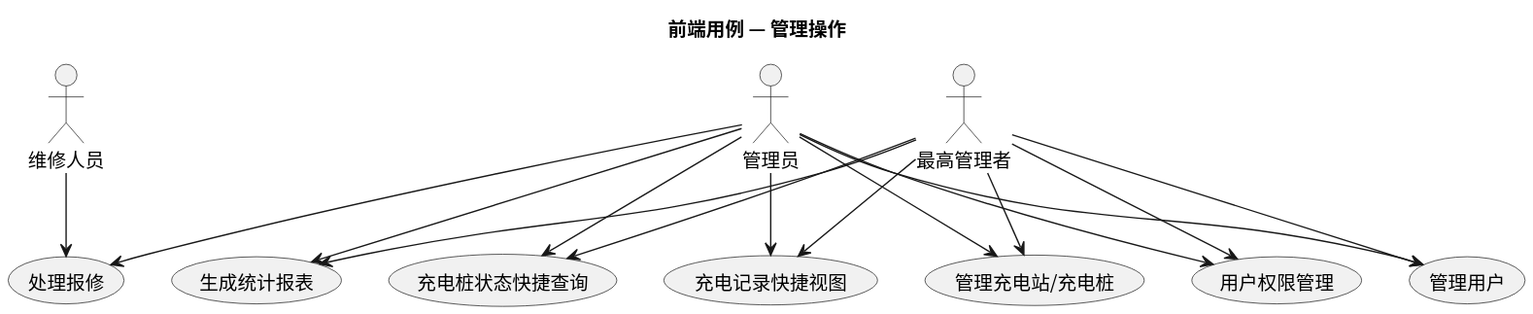
Earlier version of the PlantUML export usecase/docs/frontend/img/frontend_admin_usecases.svg (greenhandzdl/charging-station-doc).
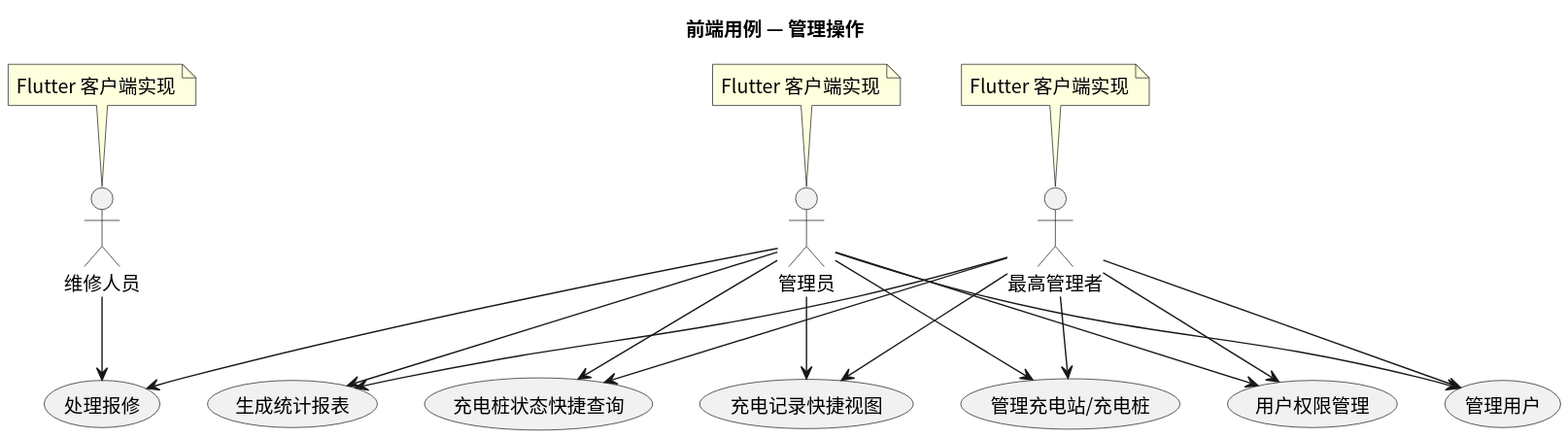
After the commit.

Change to the diagram source:
```diff
@@ -7,6 +7,10 @@
 actor "管理员" as A
 actor "维修人员" as M
 actor "最高管理者" as SA
+
+note top of A : Flutter 客户端实现
+note top of M : Flutter 客户端实现
+note top of SA : Flutter 客户端实现
 
 usecase "处理报修" as HR
 usecase "管理充电站/充电桩" as MM
```
